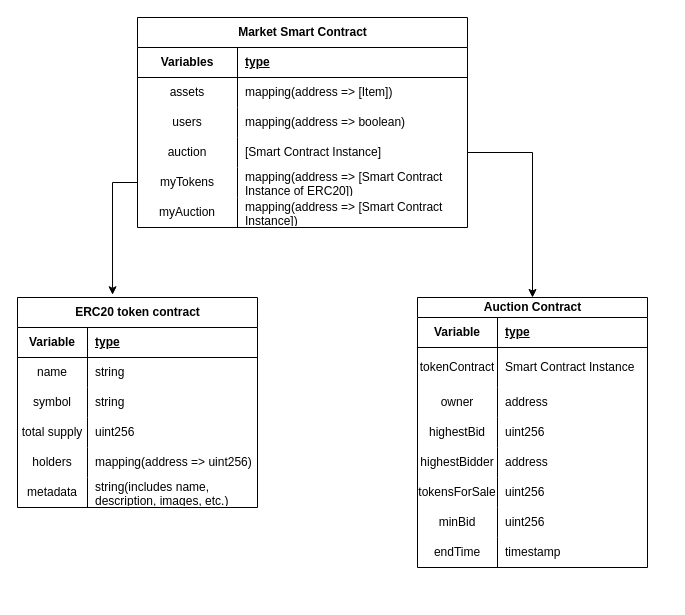
Before: page "Page-1" (1 of 2) of eth-online/ETH Online Project Idea Flow.drawio in divyasshree-BQ/system-designs, a draw.io diagram. Source tidied: cells renumbered, new cells numbered last; positions are measured from the earlier drawing's top-left corner, leaving out a move shared by most shapes. Both pictures are drawn from the tidied source at 100%, with x=0, y=0 at pixel (17, 17).
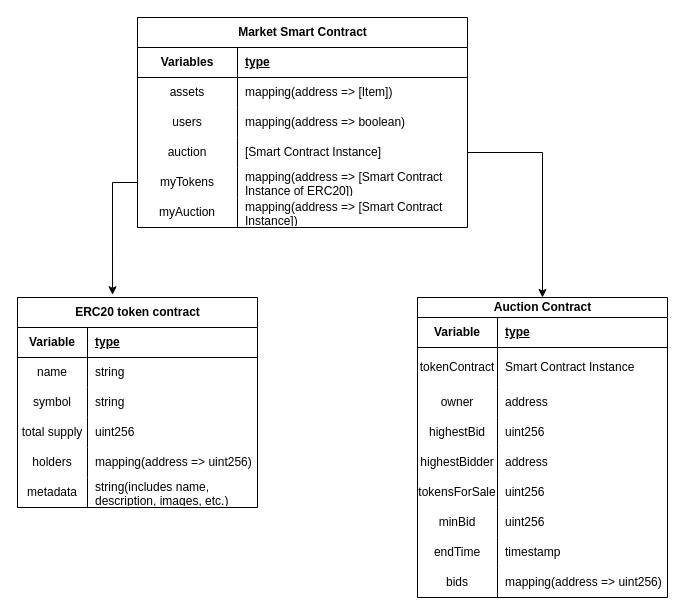
After the change.

Change to the diagram source:
```diff
@@
     <mxCell id="41" value="Auction Contract" style="shape=table;startSize=20;childLayout=tableLayout;rowLines=0;fontStyle=1;align=center;html=1;" parent="1" vertex="1">
-      <mxGeometry x="400" y="280" width="230" height="270" as="geometry" />
+      <mxGeometry x="400" y="280" width="250" height="300" as="geometry" />
     </mxCell>
     <mxCell id="42" style="shape=tableRow;horizontal=0;startSize=0;swimlaneHead=0;swimlaneBody=0;fillColor=none;top=0;left=0;right=0;bottom=1;" parent="41" vertex="1">
-      <mxGeometry y="20" width="230" height="30" as="geometry" />
+      <mxGeometry y="20" width="250" height="30" as="geometry" />
     </mxCell>
@@
     <mxCell id="44" value="type" style="shape=partialRectangle;fillColor=none;top=0;left=0;bottom=0;right=0;align=left;spacingLeft=6;fontStyle=5;overflow=hidden;whiteSpace=wrap;html=1;" parent="42" vertex="1">
-      <mxGeometry x="80" width="150" height="30" as="geometry" />
+      <mxGeometry x="80" width="170" height="30" as="geometry" />
     </mxCell>
     <mxCell id="45" style="shape=tableRow;horizontal=0;startSize=0;swimlaneHead=0;swimlaneBody=0;fillColor=none;top=0;left=0;right=0;bottom=0;" parent="41" vertex="1">
-      <mxGeometry y="50" width="230" height="40" as="geometry" />
+      <mxGeometry y="50" width="250" height="40" as="geometry" />
     </mxCell>
@@
     <mxCell id="47" value="Smart Contract Instance" style="shape=partialRectangle;fillColor=none;top=0;left=0;bottom=0;right=0;align=left;spacingLeft=6;overflow=hidden;whiteSpace=wrap;html=1;" parent="45" vertex="1">
-      <mxGeometry x="80" width="150" height="40" as="geometry" />
+      <mxGeometry x="80" width="170" height="40" as="geometry" />
     </mxCell>
     <mxCell id="48" style="shape=tableRow;horizontal=0;startSize=0;swimlaneHead=0;swimlaneBody=0;fillColor=none;top=0;left=0;right=0;bottom=0;" parent="41" vertex="1">
-      <mxGeometry y="90" width="230" height="30" as="geometry" />
+      <mxGeometry y="90" width="250" height="30" as="geometry" />
     </mxCell>
@@
     <mxCell id="50" value="address" style="shape=partialRectangle;fillColor=none;top=0;left=0;bottom=0;right=0;align=left;spacingLeft=6;overflow=hidden;whiteSpace=wrap;html=1;" parent="48" vertex="1">
-      <mxGeometry x="80" width="150" height="30" as="geometry" />
+      <mxGeometry x="80" width="170" height="30" as="geometry" />
     </mxCell>
     <mxCell id="51" style="shape=tableRow;horizontal=0;startSize=0;swimlaneHead=0;swimlaneBody=0;fillColor=none;top=0;left=0;right=0;bottom=0;" parent="41" vertex="1">
-      <mxGeometry y="120" width="230" height="30" as="geometry" />
+      <mxGeometry y="120" width="250" height="30" as="geometry" />
     </mxCell>
@@
     <mxCell id="53" value="uint256" style="shape=partialRectangle;fillColor=none;top=0;left=0;bottom=0;right=0;align=left;spacingLeft=6;overflow=hidden;whiteSpace=wrap;html=1;" parent="51" vertex="1">
-      <mxGeometry x="80" width="150" height="30" as="geometry" />
+      <mxGeometry x="80" width="170" height="30" as="geometry" />
     </mxCell>
     <mxCell id="54" style="shape=tableRow;horizontal=0;startSize=0;swimlaneHead=0;swimlaneBody=0;fillColor=none;top=0;left=0;right=0;bottom=0;" parent="41" vertex="1">
-      <mxGeometry y="150" width="230" height="30" as="geometry" />
+      <mxGeometry y="150" width="250" height="30" as="geometry" />
     </mxCell>
@@
     <mxCell id="56" value="address" style="shape=partialRectangle;fillColor=none;top=0;left=0;bottom=0;right=0;align=left;spacingLeft=6;overflow=hidden;whiteSpace=wrap;html=1;" parent="54" vertex="1">
-      <mxGeometry x="80" width="150" height="30" as="geometry" />
+      <mxGeometry x="80" width="170" height="30" as="geometry" />
     </mxCell>
     <mxCell id="57" style="shape=tableRow;horizontal=0;startSize=0;swimlaneHead=0;swimlaneBody=0;fillColor=none;top=0;left=0;right=0;bottom=0;" parent="41" vertex="1">
-      <mxGeometry y="180" width="230" height="30" as="geometry" />
+      <mxGeometry y="180" width="250" height="30" as="geometry" />
     </mxCell>
@@
     <mxCell id="59" value="uint256" style="shape=partialRectangle;fillColor=none;top=0;left=0;bottom=0;right=0;align=left;spacingLeft=6;overflow=hidden;whiteSpace=wrap;html=1;" parent="57" vertex="1">
-      <mxGeometry x="80" width="150" height="30" as="geometry" />
+      <mxGeometry x="80" width="170" height="30" as="geometry" />
     </mxCell>
     <mxCell id="60" style="shape=tableRow;horizontal=0;startSize=0;swimlaneHead=0;swimlaneBody=0;fillColor=none;top=0;left=0;right=0;bottom=0;" parent="41" vertex="1">
-      <mxGeometry y="210" width="230" height="30" as="geometry" />
+      <mxGeometry y="210" width="250" height="30" as="geometry" />
     </mxCell>
@@
     <mxCell id="62" value="uint256" style="shape=partialRectangle;fillColor=none;top=0;left=0;bottom=0;right=0;align=left;spacingLeft=6;overflow=hidden;whiteSpace=wrap;html=1;" parent="60" vertex="1">
-      <mxGeometry x="80" width="150" height="30" as="geometry" />
+      <mxGeometry x="80" width="170" height="30" as="geometry" />
     </mxCell>
     <mxCell id="63" style="shape=tableRow;horizontal=0;startSize=0;swimlaneHead=0;swimlaneBody=0;fillColor=none;top=0;left=0;right=0;bottom=0;" parent="41" vertex="1">
-      <mxGeometry y="240" width="230" height="30" as="geometry" />
+      <mxGeometry y="240" width="250" height="30" as="geometry" />
     </mxCell>
@@
     <mxCell id="65" value="timestamp" style="shape=partialRectangle;fillColor=none;top=0;left=0;bottom=0;right=0;align=left;spacingLeft=6;overflow=hidden;whiteSpace=wrap;html=1;" parent="63" vertex="1">
-      <mxGeometry x="80" width="150" height="30" as="geometry" />
+      <mxGeometry x="80" width="170" height="30" as="geometry" />
     </mxCell>
+    <mxCell id="67" style="shape=tableRow;horizontal=0;startSize=0;swimlaneHead=0;swimlaneBody=0;fillColor=none;top=0;left=0;right=0;bottom=0;" parent="41" vertex="1">
+      <mxGeometry y="270" width="250" height="30" as="geometry" />
+    </mxCell>
+    <mxCell id="68" value="bids" style="shape=partialRectangle;fillColor=none;top=0;left=0;bottom=0;right=0;overflow=hidden;whiteSpace=wrap;html=1;" parent="67" vertex="1">
+      <mxGeometry width="80" height="30" as="geometry" />
+    </mxCell>
+    <mxCell id="69" value="mapping(address =&amp;gt; uint256)" style="shape=partialRectangle;fillColor=none;top=0;left=0;bottom=0;right=0;align=left;spacingLeft=6;overflow=hidden;whiteSpace=wrap;html=1;" parent="67" vertex="1">
+      <mxGeometry x="80" width="170" height="30" as="geometry" />
+    </mxCell>
```
